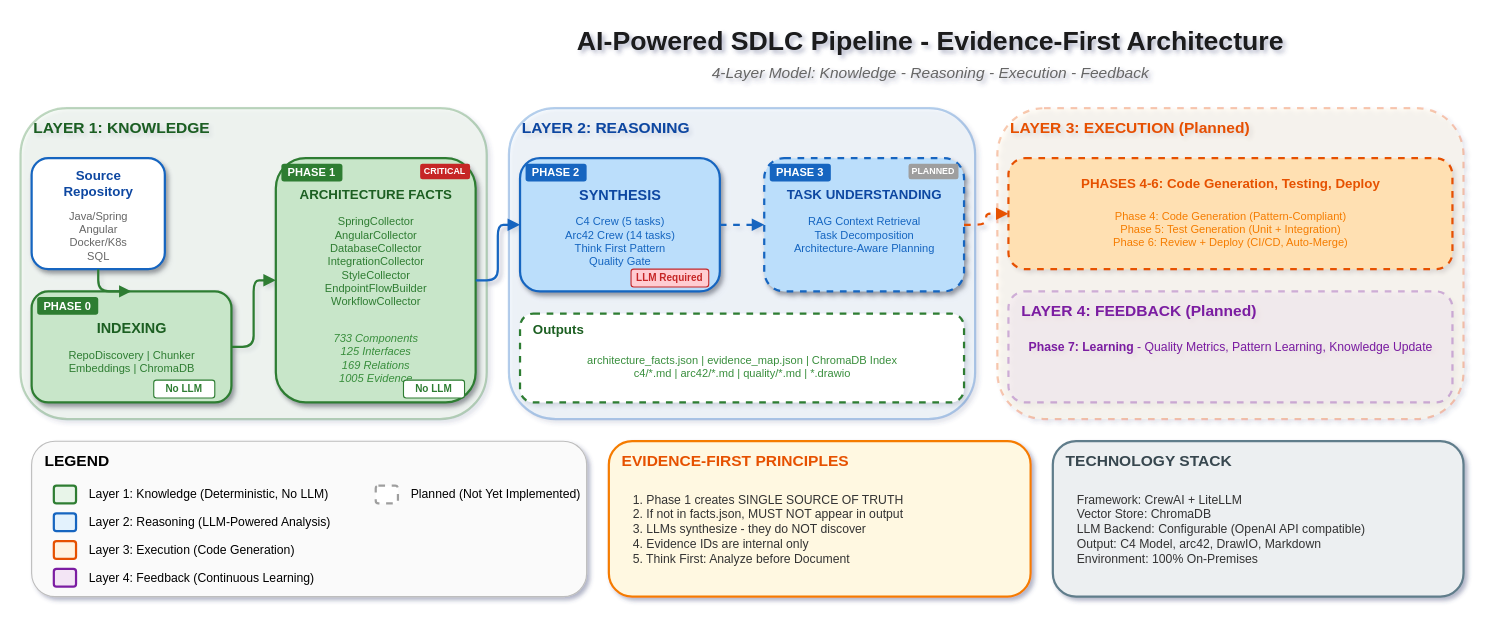
The draw.io diagram docs/diagrams/phase-flow.drawio in aymenmastouri/aicodegencrew, before the edit. Source tidied: cells renumbered, new cells numbered last; positions are measured from the earlier drawing's top-left corner, leaving out a move shared by most shapes. Both pictures are drawn from the tidied source at 111%, with x=0, y=0 at pixel (20, 19).
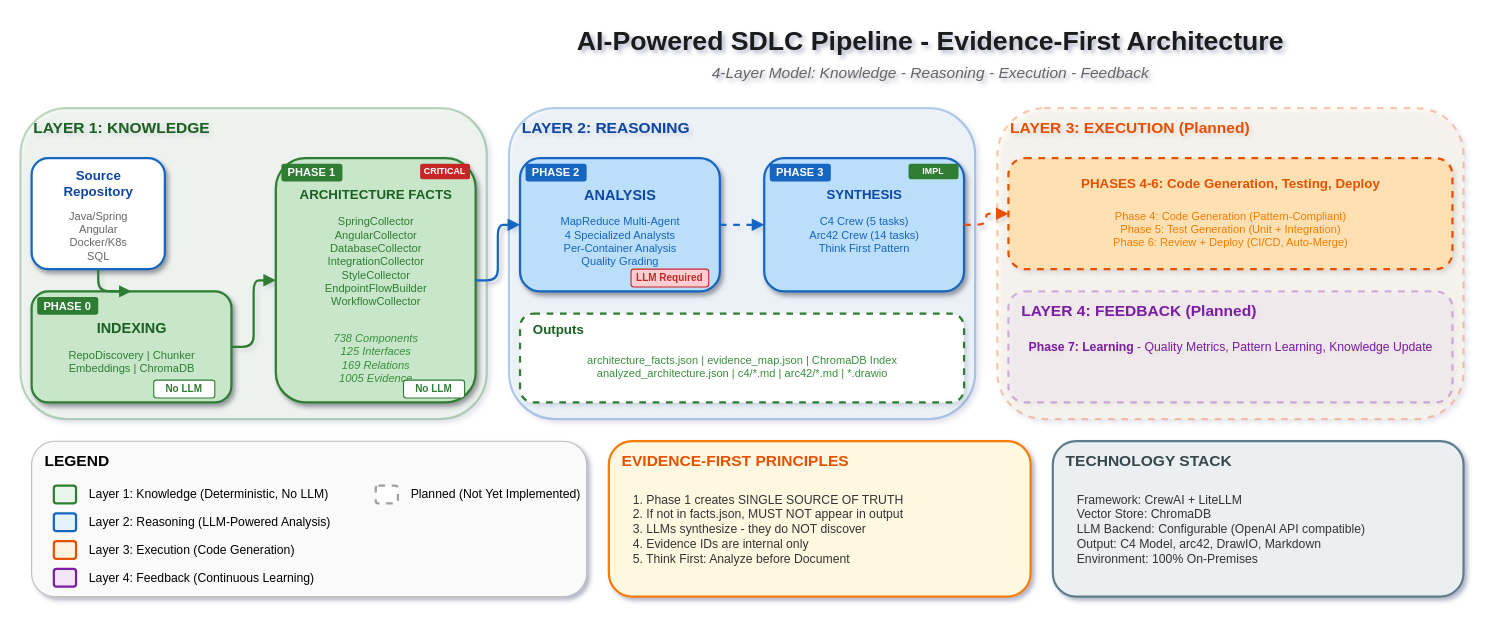
The same page after the edit.

Change to the diagram source:
```diff
@@
-    <mxCell id="19" value="733 Components&lt;br&gt;125 Interfaces&lt;br&gt;169 Relations&lt;br&gt;1005 Evidence" style="text;html=1;strokeColor=none;fillColor=none;align=center;verticalAlign=top;fontSize=10;fontStyle=2;fontColor=#388E3C;" parent="1" vertex="1">
+    <mxCell id="19" value="738 Components&lt;br&gt;125 Interfaces&lt;br&gt;169 Relations&lt;br&gt;1005 Evidence" style="text;html=1;strokeColor=none;fillColor=none;align=center;verticalAlign=top;fontSize=10;fontStyle=2;fontColor=#388E3C;" parent="1" vertex="1">
       <mxGeometry x="230" y="275" width="180" height="50" as="geometry" />
     </mxCell>
@@
-    <mxCell id="25" value="&lt;b&gt;SYNTHESIS&lt;/b&gt;" style="text;html=1;strokeColor=none;fillColor=none;align=center;verticalAlign=middle;fontSize=13;fontColor=#0D47A1;" parent="1" vertex="1">
+    <mxCell id="25" value="&lt;b&gt;ANALYSIS&lt;/b&gt;" style="text;html=1;strokeColor=none;fillColor=none;align=center;verticalAlign=middle;fontSize=13;fontColor=#0D47A1;" parent="1" vertex="1">
       <mxGeometry x="450" y="148" width="180" height="20" as="geometry" />
     </mxCell>
-    <mxCell id="26" value="C4 Crew (5 tasks)&lt;br&gt;Arc42 Crew (14 tasks)&lt;br&gt;Think First Pattern&lt;br&gt;Quality Gate" style="text;html=1;strokeColor=none;fillColor=none;align=center;verticalAlign=top;fontSize=10;fontColor=#1565C0;" parent="1" vertex="1">
+    <mxCell id="26" value="MapReduce Multi-Agent&lt;br&gt;4 Specialized Analysts&lt;br&gt;Per-Container Analysis&lt;br&gt;Quality Grading" style="text;html=1;strokeColor=none;fillColor=none;align=center;verticalAlign=top;fontSize=10;fontColor=#1565C0;" parent="1" vertex="1">
       <mxGeometry x="450" y="170" width="180" height="55" as="geometry" />
     </mxCell>
@@
-    <mxCell id="28" style="rounded=1;whiteSpace=wrap;html=1;fillColor=#BBDEFB;strokeColor=#1565C0;strokeWidth=2;shadow=1;dashed=1;" parent="1" vertex="1">
+    <mxCell id="28" style="rounded=1;whiteSpace=wrap;html=1;fillColor=#BBDEFB;strokeColor=#1565C0;strokeWidth=2;shadow=1;" parent="1" vertex="1">
       <mxGeometry x="670" y="125" width="180" height="120" as="geometry" />
     </mxCell>
@@
-    <mxCell id="30" value="PLANNED" style="rounded=1;whiteSpace=wrap;html=1;fillColor=#9E9E9E;strokeColor=none;fontColor=#ffffff;fontSize=8;fontStyle=1;" parent="1" vertex="1">
-      <mxGeometry x="800" y="130" width="45" height="14" as="geometry" />
-    </mxCell>
+    <mxCell id="67" value="IMPL" style="rounded=1;whiteSpace=wrap;html=1;fillColor=#2E7D32;strokeColor=none;fontColor=#ffffff;fontSize=8;fontStyle=1;" parent="1" vertex="1">
+      <mxGeometry x="800" y="130" width="45" height="14" as="geometry" />
+    </mxCell>
-    <mxCell id="31" value="&lt;b&gt;TASK UNDERSTANDING&lt;/b&gt;" style="text;html=1;strokeColor=none;fillColor=none;align=center;verticalAlign=middle;fontSize=12;fontColor=#0D47A1;" parent="1" vertex="1">
+    <mxCell id="31" value="&lt;b&gt;SYNTHESIS&lt;/b&gt;" style="text;html=1;strokeColor=none;fillColor=none;align=center;verticalAlign=middle;fontSize=12;fontColor=#0D47A1;" parent="1" vertex="1">
       <mxGeometry x="670" y="148" width="180" height="20" as="geometry" />
     </mxCell>
-    <mxCell id="32" value="RAG Context Retrieval&lt;br&gt;Task Decomposition&lt;br&gt;Architecture-Aware Planning" style="text;html=1;strokeColor=none;fillColor=none;align=center;verticalAlign=top;fontSize=10;fontColor=#1565C0;" parent="1" vertex="1">
+    <mxCell id="32" value="C4 Crew (5 tasks)&lt;br&gt;Arc42 Crew (14 tasks)&lt;br&gt;Think First Pattern" style="text;html=1;strokeColor=none;fillColor=none;align=center;verticalAlign=top;fontSize=10;fontColor=#1565C0;" parent="1" vertex="1">
       <mxGeometry x="670" y="170" width="180" height="55" as="geometry" />
     </mxCell>
@@
-    <mxCell id="35" value="architecture_facts.json | evidence_map.json | ChromaDB Index&lt;br&gt;c4/*.md | arc42/*.md | quality/*.md | *.drawio" style="text;html=1;strokeColor=none;fillColor=none;align=center;verticalAlign=top;fontSize=10;fontColor=#388E3C;" parent="1" vertex="1">
+    <mxCell id="35" value="architecture_facts.json | evidence_map.json | ChromaDB Index&lt;br&gt;analyzed_architecture.json | c4/*.md | arc42/*.md | *.drawio" style="text;html=1;strokeColor=none;fillColor=none;align=center;verticalAlign=top;fontSize=10;fontColor=#388E3C;" parent="1" vertex="1">
       <mxGeometry x="450" y="295" width="400" height="40" as="geometry" />
     </mxCell>
```
